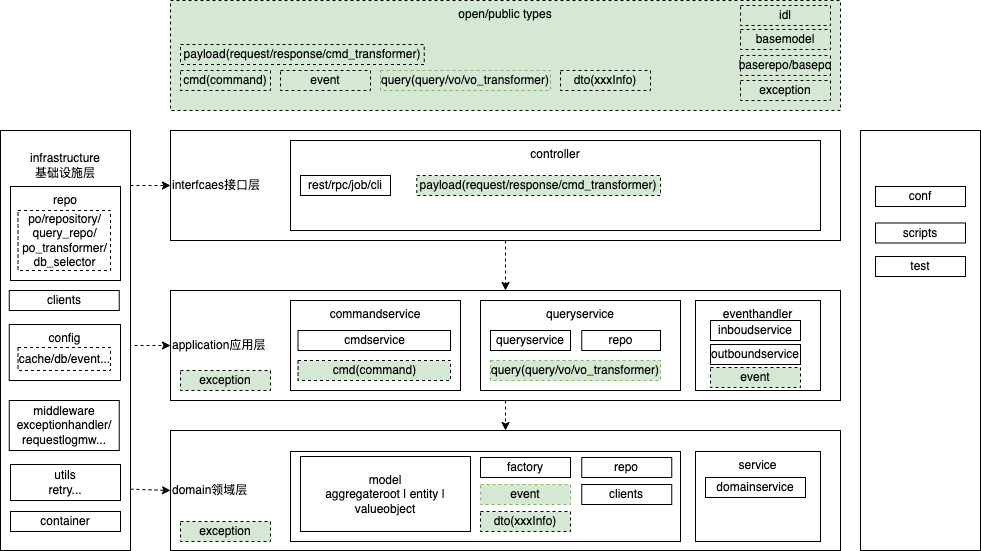
Before: ddd_arch.drawio.png, a diagram exported from draw.io (junneyang/xxproject). Source tidied: cells renumbered, new cells last; positions are measured from the earlier drawing's top-left corner, leaving out a move shared by most shapes.
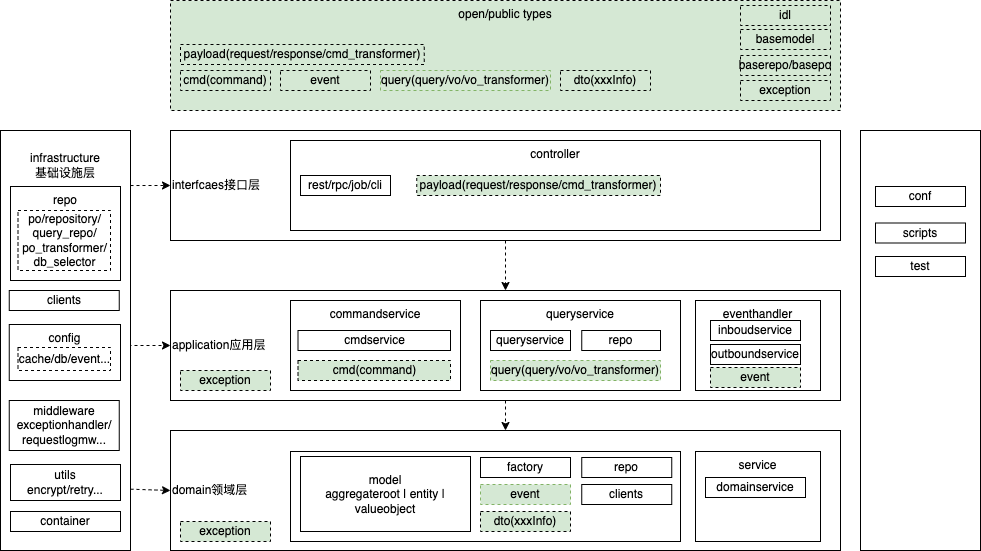
After the change.

The edit, as a diff of the source:
```diff
@@ -76,7 +76,7 @@
     <mxCell id="25" value="config" style="rounded=0;whiteSpace=wrap;verticalAlign=top;" parent="1" vertex="1">
       <mxGeometry x="8.8" y="324" width="111.2" height="56" as="geometry" />
     </mxCell>
-    <mxCell id="26" value="utils&#10;retry..." style="rounded=0;whiteSpace=wrap;" parent="1" vertex="1">
+    <mxCell id="26" value="utils&#10;encrypt/retry..." style="rounded=0;whiteSpace=wrap;" parent="1" vertex="1">
       <mxGeometry x="10" y="464" width="110" height="36" as="geometry" />
     </mxCell>
     <mxCell id="27" value="inboudservice" style="rounded=0;whiteSpace=wrap;" parent="1" vertex="1">
```
